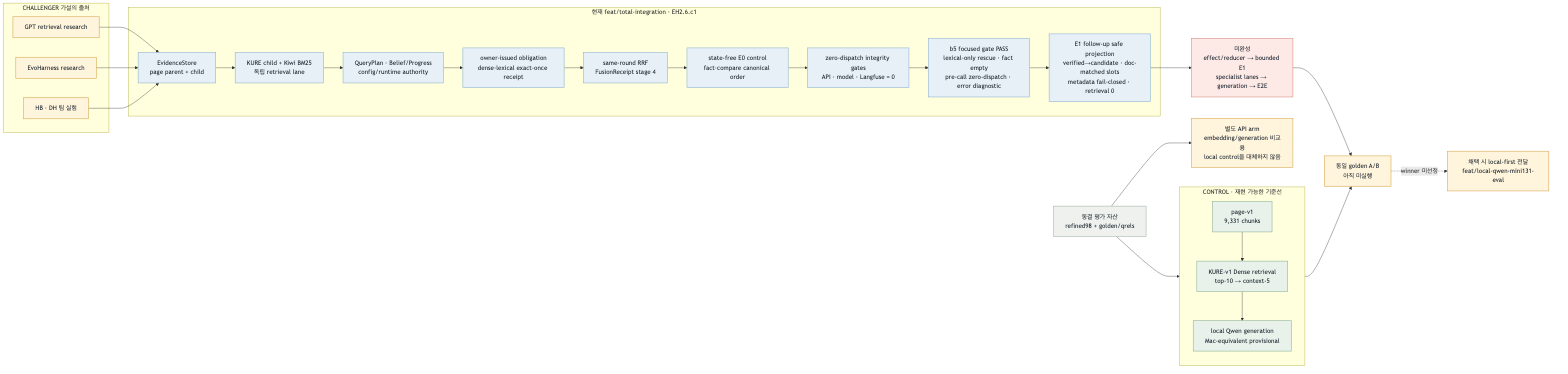
Above: fivecircles/architecture/specs/evidence-harness-progress-current-flow.png in KongSeok/sprint-public-procurement-rag-assistant (Mermaid), before the change. Its source is kept beside it as fivecircles/architecture/specs/evidence-harness-progress-current-flow.mmd.
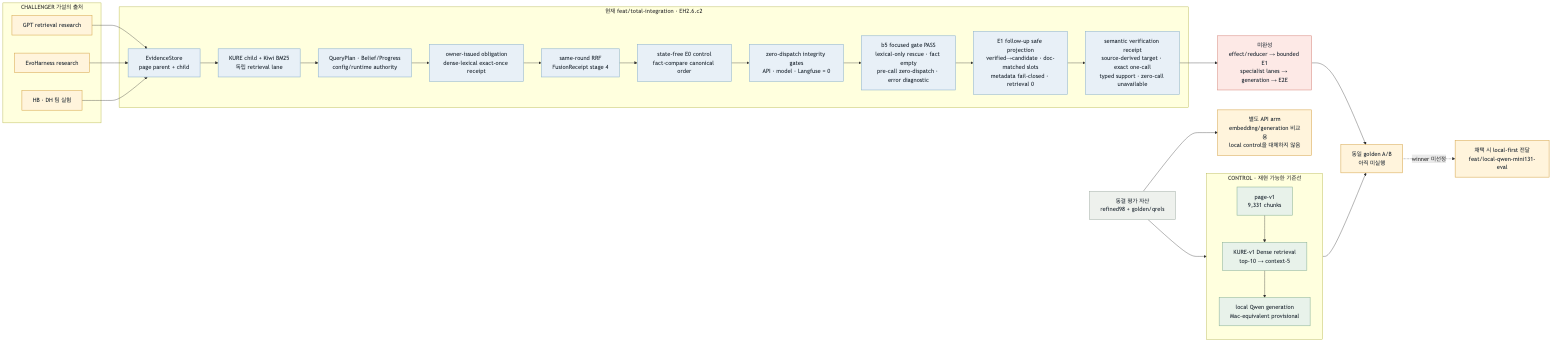
The same diagram one commit later.

What changed in the source:
```diff
@@ -16,7 +16,7 @@
     R3["HB · DH 팀 실험"]
   end
 
-  subgraph BUILD["현재 feat/total-integration · EH2.6.c1"]
+  subgraph BUILD["현재 feat/total-integration · EH2.6.c2"]
     C1["EvidenceStore<br/>page parent + child"]
     C2["KURE child + Kiwi BM25<br/>독립 retrieval lane"]
     C3["QueryPlan · Belief/Progress<br/>config/runtime authority"]
@@ -26,7 +26,8 @@
     C7["zero-dispatch integrity gates<br/>API · model · Langfuse = 0"]
     C8["b5 focused gate PASS<br/>lexical-only rescue · fact empty<br/>pre-call zero-dispatch · error diagnostic"]
     C9["E1 follow-up safe projection<br/>verified→candidate · doc-matched slots<br/>metadata fail-closed · retrieval 0"]
-    C1 --> C2 --> C3 --> C4 --> C5 --> C6 --> C7 --> C8 --> C9
+    C10["semantic verification receipt<br/>source-derived target · exact one-call<br/>typed support · zero-call unavailable"]
+    C1 --> C2 --> C3 --> C4 --> C5 --> C6 --> C7 --> C8 --> C9 --> C10
   end
 
   GAP["미완성<br/>effect/reducer → bounded E1<br/>specialist lanes → generation → E2E"]
@@ -38,7 +39,7 @@
   R1 --> C1
   R2 --> C1
   R3 --> C1
-  C9 --> GAP --> SELECT
+  C10 --> GAP --> SELECT
   CONTROL --> SELECT
   SELECT -. "winner 미선정" .-> LOCAL
 
@@ -48,7 +49,7 @@
   classDef red fill:#fde9e6,stroke:#d98e84,color:#1f2933,stroke-width:1.5px
   classDef gray fill:#eef1ed,stroke:#aab5ad,color:#1f2933,stroke-width:1.5px
   class B1,B2,B3 green
-  class C1,C2,C3,C4,C5,C6,C7,C8,C9 blue
+  class C1,C2,C3,C4,C5,C6,C7,C8,C9,C10 blue
   class GOLD gray
   class R1,R2,R3,API amber
   class GAP red
```
